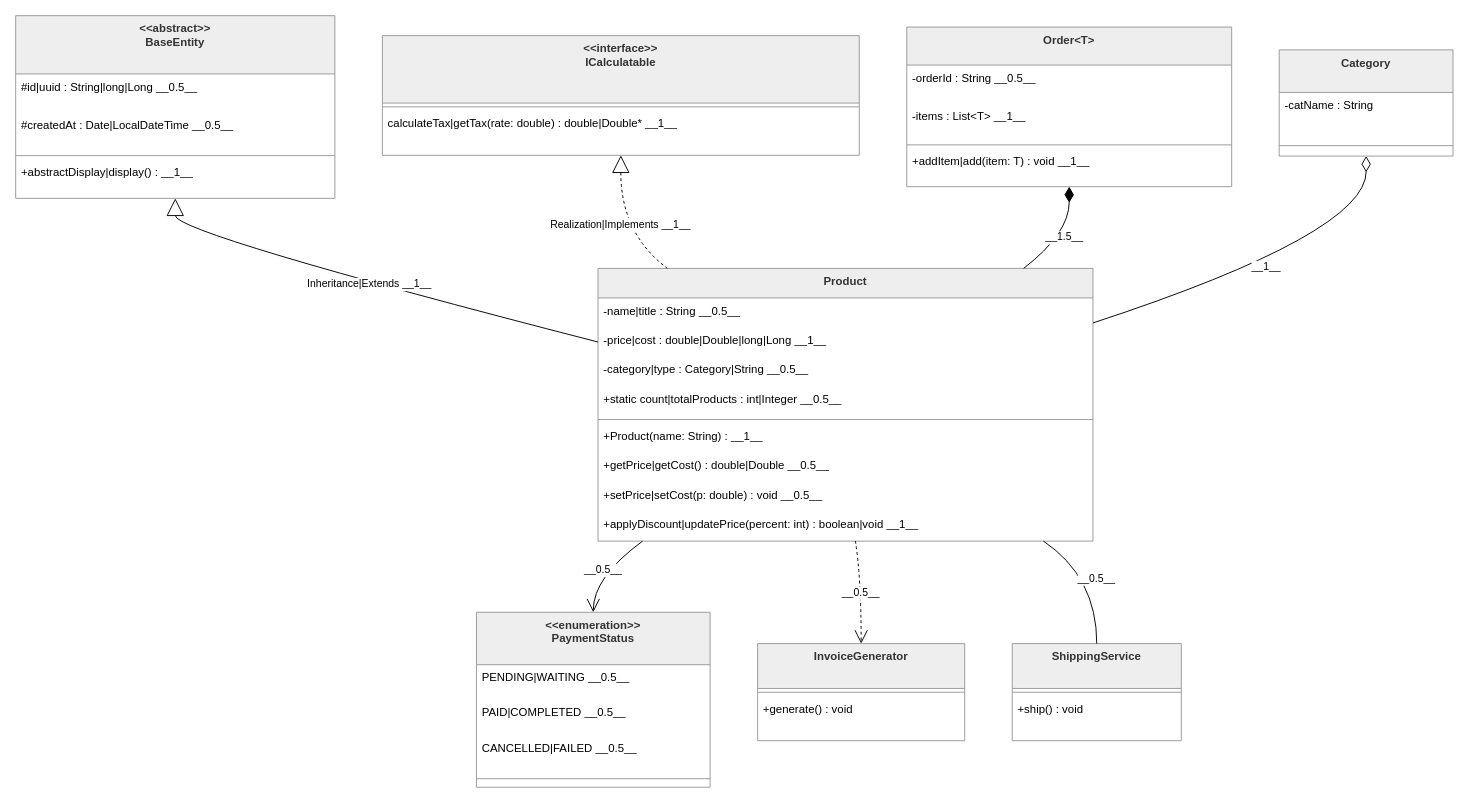
Earlier version of the draw.io diagram UMLs_testcase/BigOne/FullTestcase.drawio (Nguyen-Agn/UML_Comparator). Source tidied: cells renumbered, new cells numbered last; positions are measured from the earlier drawing's top-left corner, leaving out a move shared by most shapes. Both pictures are drawn from the tidied source at 95%, with x=0, y=0 at pixel (15, 15).
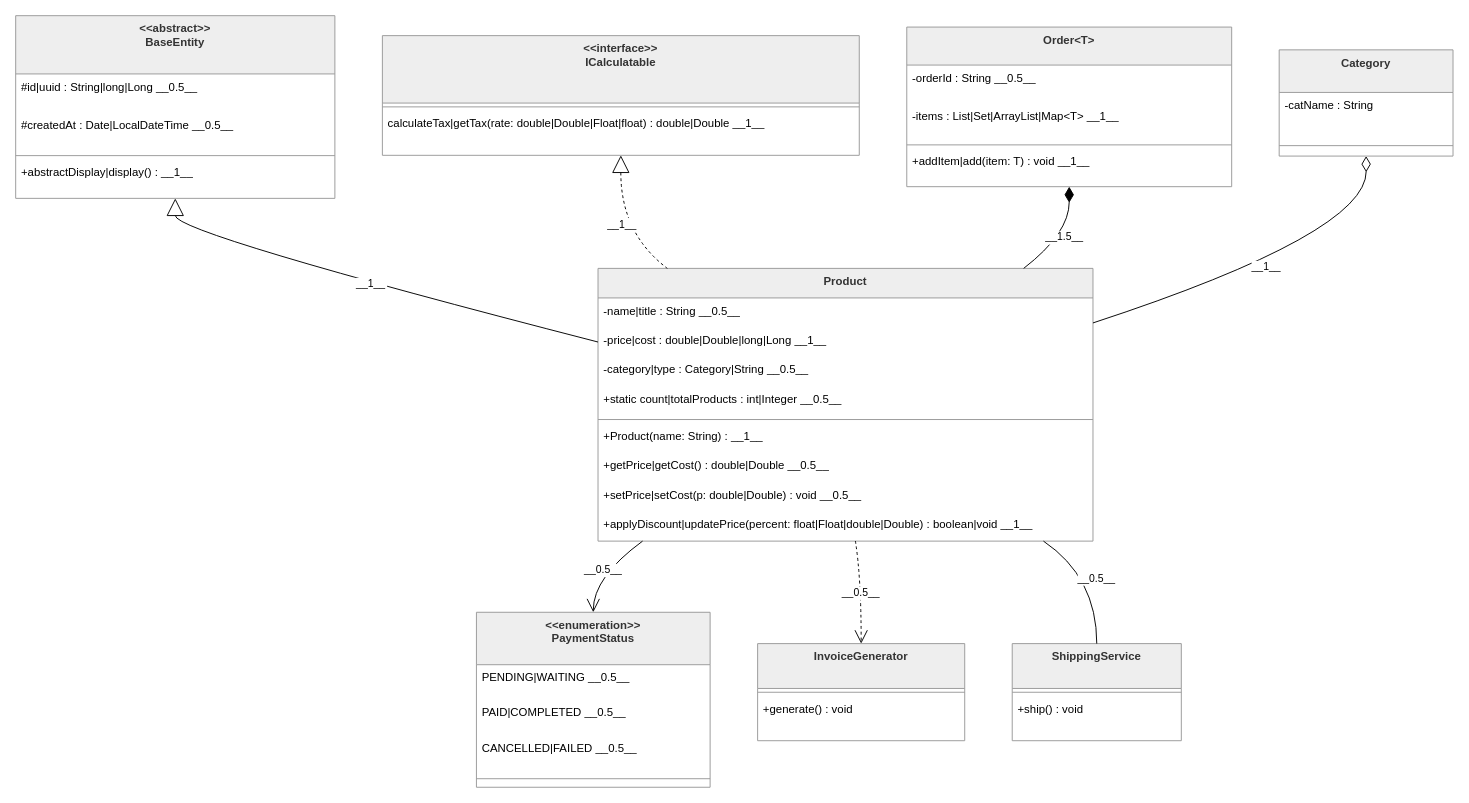
After the change.

Unchanged cells that the change refers to:
```xml
<mxCell id="7" value="&lt;&lt;interface&gt;&gt;&#10;ICalculatable" style="swimlane;fontStyle=1;align=center;verticalAlign=top;horizontal=1;startSize=71;fillColor=light-dark(#eeeeee,#1f2020);strokeColor=light-dark(#999999,#cccccc);fontColor=light-dark(#333333,#cccccc);" parent="1" vertex="1">
  <mxGeometry x="386" y="21" width="502" height="126" as="geometry" />
</mxCell>
<mxCell id="10" value="&lt;&lt;abstract&gt;&gt;&#10;BaseEntity" style="swimlane;fontStyle=1;align=center;verticalAlign=top;horizontal=1;startSize=61.33333333333333;fillColor=light-dark(#eeeeee,#1f2020);strokeColor=light-dark(#999999,#cccccc);fontColor=light-dark(#333333,#cccccc);" parent="1" vertex="1">
  <mxGeometry width="336" height="192.3" as="geometry" />
</mxCell>
<mxCell id="15" value="Product" style="swimlane;fontStyle=1;align=center;verticalAlign=top;horizontal=1;startSize=31.11111111111111;fillColor=light-dark(#eeeeee,#1f2020);strokeColor=light-dark(#999999,#cccccc);fontColor=light-dark(#333333,#cccccc);" parent="1" vertex="1">
  <mxGeometry x="613" y="266" width="521" height="287.1" as="geometry" />
</mxCell>
<mxCell id="25" value="Order&lt;T&gt;" style="swimlane;fontStyle=1;align=center;verticalAlign=top;horizontal=1;startSize=40;fillColor=light-dark(#eeeeee,#1f2020);strokeColor=light-dark(#999999,#cccccc);fontColor=light-dark(#333333,#cccccc);" parent="1" vertex="1">
  <mxGeometry x="938" y="12" width="342" height="168" as="geometry" />
</mxCell>
```

The edit, as a diff of the source:
```diff
@@
-    <mxCell id="9" value="calculateTax|getTax(rate: double) : double|Double* __1__" style="text;strokeColor=none;fillColor=none;align=left;verticalAlign=top;spacingLeft=4;spacingRight=4;overflow=hidden;" parent="7" vertex="1">
+    <mxCell id="9" value="calculateTax|getTax(rate: double|Double|Float|float) : double|Double __1__" style="text;strokeColor=none;fillColor=none;align=left;verticalAlign=top;spacingLeft=4;spacingRight=4;overflow=hidden;" parent="7" vertex="1">
       <mxGeometry y="79" width="502" height="47" as="geometry" />
     </mxCell>
@@
-    <mxCell id="23" value="+setPrice|setCost(p: double) : void __0.5__" style="text;strokeColor=none;fillColor=none;align=left;verticalAlign=top;spacingLeft=4;spacingRight=4;overflow=hidden;" parent="15" vertex="1">
+    <mxCell id="23" value="+setPrice|setCost(p: double|Double) : void __0.5__" style="text;strokeColor=none;fillColor=none;align=left;verticalAlign=top;spacingLeft=4;spacingRight=4;overflow=hidden;" parent="15" vertex="1">
       <mxGeometry y="225.1" width="521" height="31" as="geometry" />
     </mxCell>
-    <mxCell id="24" value="+applyDiscount|updatePrice(percent: int) : boolean|void __1__" style="text;strokeColor=none;fillColor=none;align=left;verticalAlign=top;spacingLeft=4;spacingRight=4;overflow=hidden;" parent="15" vertex="1">
+    <mxCell id="24" value="+applyDiscount|updatePrice(percent: float|Float|double|Double) : boolean|void __1__" style="text;strokeColor=none;fillColor=none;align=left;verticalAlign=top;spacingLeft=4;spacingRight=4;overflow=hidden;" parent="15" vertex="1">
       <mxGeometry y="256.1" width="521" height="31" as="geometry" />
     </mxCell>
@@
-    <mxCell id="27" value="-items : List&lt;T&gt; __1__" style="text;strokeColor=none;fillColor=none;align=left;verticalAlign=top;spacingLeft=4;spacingRight=4;overflow=hidden;" parent="25" vertex="1">
+    <mxCell id="27" value="-items : List|Set|ArrayList|Map&lt;T&gt; __1__" style="text;strokeColor=none;fillColor=none;align=left;verticalAlign=top;spacingLeft=4;spacingRight=4;overflow=hidden;" parent="25" vertex="1">
       <mxGeometry y="80" width="342" height="40" as="geometry" />
     </mxCell>
@@
-    <mxCell id="39" value="Inheritance|Extends __1__" style="curved=1;startArrow=block;startSize=16;startFill=0;endArrow=none;exitX=0.5;exitY=1;entryX=0;entryY=0.27;rounded=0;" parent="1" edge="1" source="10" target="15">
+    <mxCell id="39" value=" __1__" style="curved=1;startArrow=block;startSize=16;startFill=0;endArrow=none;exitX=0.5;exitY=1;entryX=0;entryY=0.27;rounded=0;" parent="1" edge="1" source="10" target="15">
       <mxGeometry relative="1" as="geometry">
         <Array as="points">
           <mxPoint x="168" y="229" />
         </Array>
       </mxGeometry>
     </mxCell>
-    <mxCell id="40" value="Realization|Implements __1__" style="curved=1;dashed=1;startArrow=block;startSize=16;startFill=0;endArrow=none;exitX=0.5;exitY=1;entryX=0.14;entryY=0;rounded=0;" parent="1" edge="1" source="7" target="15">
+    <mxCell id="40" value=" __1__" style="curved=1;dashed=1;startArrow=block;startSize=16;startFill=0;endArrow=none;exitX=0.5;exitY=1;entryX=0.14;entryY=0;rounded=0;" parent="1" edge="1" source="7" target="15">
       <mxGeometry relative="1" as="geometry">
         <Array as="points">
           <mxPoint x="637" y="229" />
         </Array>
       </mxGeometry>
     </mxCell>
```
